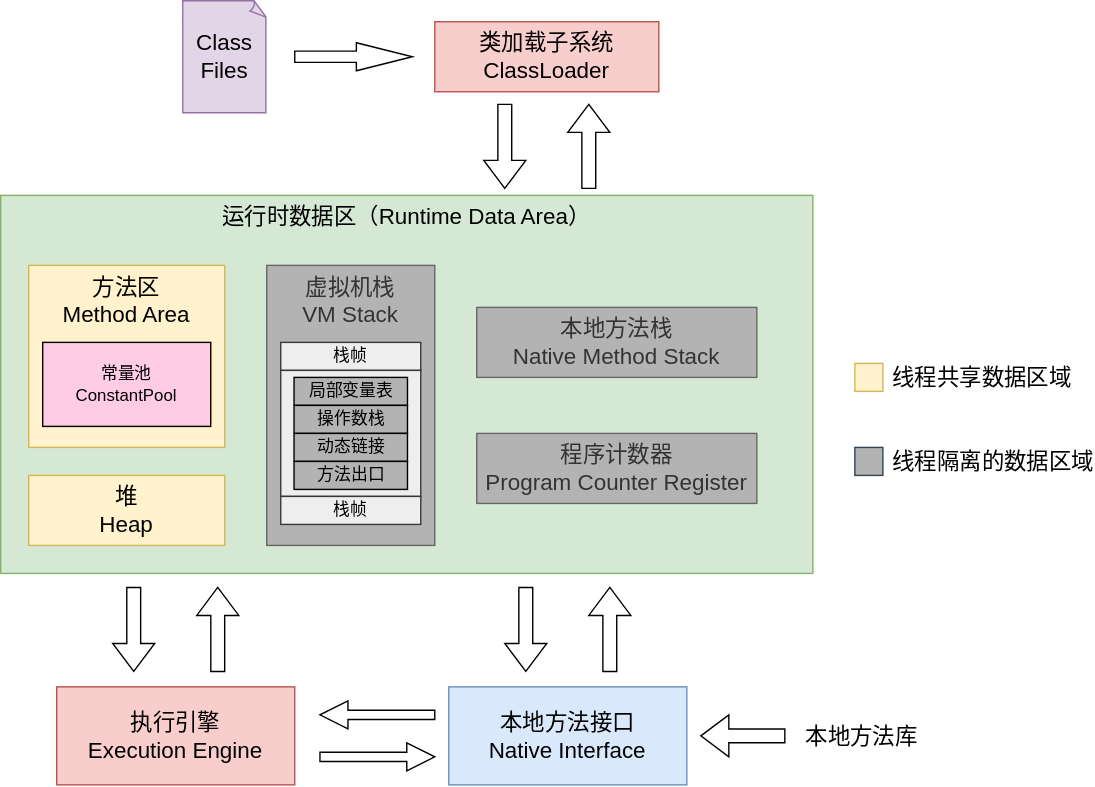
The draw.io diagram Java/JVM/JVM内存模型/JVM结构简图.drawio.svg in Developer-Tang/notes, before a commit. Source tidied: cells renumbered, new cells last; positions are measured from the earlier drawing's top-left corner, leaving out a move shared by most shapes.
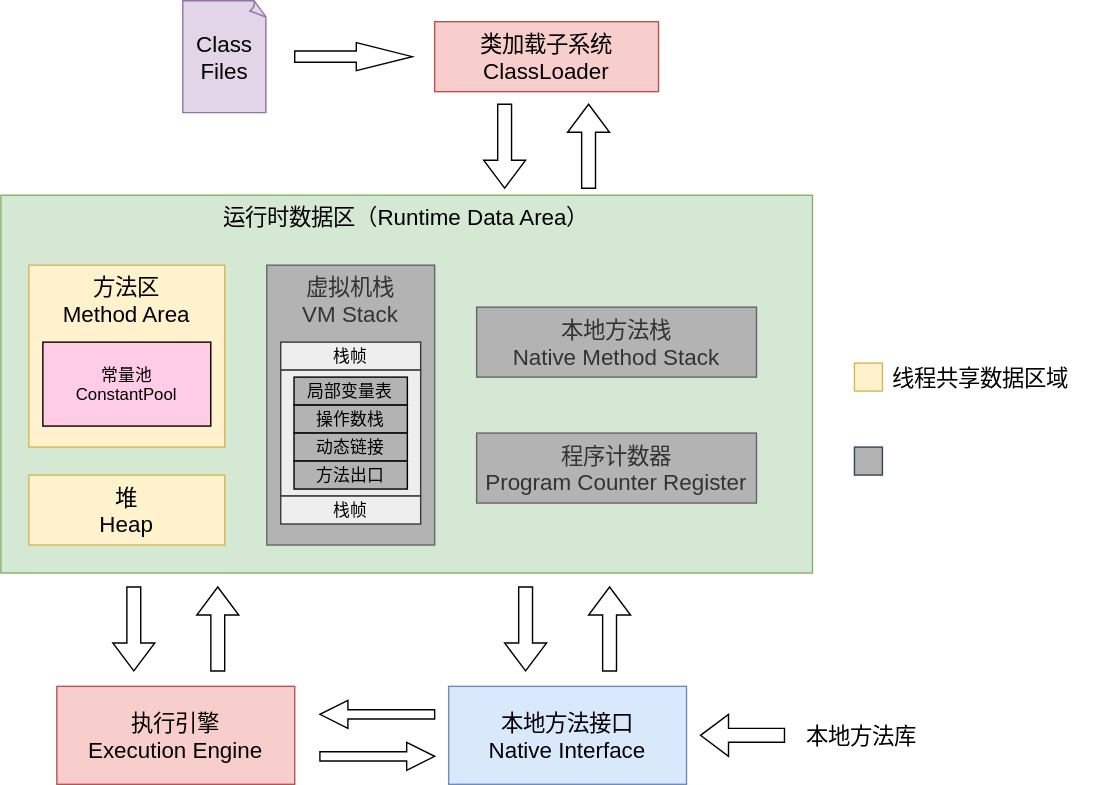
Above is the later version.

What changed in the source:
```diff
@@ -2,97 +2,97 @@
   <root>
     <mxCell id="0" />
     <mxCell id="1" parent="0" />
-    <mxCell id="2" value="类加载子系统&lt;br&gt;ClassLoader" style="whiteSpace=wrap;html=1;fontSize=16;fillColor=#f8cecc;strokeColor=#b85450;" parent="1" vertex="1">
+    <mxCell id="2" value="类加载子系统&#10;ClassLoader" style="fontSize=16;fillColor=#f8cecc;strokeColor=#b85450;" parent="1" vertex="1">
       <mxGeometry x="310" y="15" width="160" height="50" as="geometry" />
     </mxCell>
-    <mxCell id="3" style="html=1;shadow=0;dashed=0;align=center;verticalAlign=middle;shape=mxgraph.arrows2.arrow;dy=0.6;dx=40;notch=0;fontSize=16;" parent="1" vertex="1">
+    <mxCell id="3" style="shadow=0;dashed=0;align=center;verticalAlign=middle;shape=mxgraph.arrows2.arrow;dy=0.6;dx=40;notch=0;fontSize=16;" parent="1" vertex="1">
       <mxGeometry x="210" y="30" width="84" height="20" as="geometry" />
     </mxCell>
-    <mxCell id="4" value="运行时数据区（Runtime Data Area）" style="whiteSpace=wrap;html=1;fontSize=16;labelPosition=center;verticalLabelPosition=top;align=center;verticalAlign=bottom;spacingBottom=-27;fillColor=#d5e8d4;strokeColor=#82b366;" parent="1" vertex="1">
+    <mxCell id="4" value="运行时数据区（Runtime Data Area）" style="fontSize=16;labelPosition=center;verticalLabelPosition=top;align=center;verticalAlign=bottom;spacingBottom=-27;fillColor=#d5e8d4;strokeColor=#82b366;" parent="1" vertex="1">
       <mxGeometry y="139" width="580" height="270" as="geometry" />
     </mxCell>
-    <mxCell id="5" value="方法区&lt;br&gt;Method Area" style="whiteSpace=wrap;html=1;fontSize=16;fillColor=#fff2cc;strokeColor=#d6b656;verticalAlign=top;" parent="1" vertex="1">
+    <mxCell id="5" value="方法区&#10;Method Area" style="fontSize=16;fillColor=#fff2cc;strokeColor=#d6b656;verticalAlign=top;" parent="1" vertex="1">
       <mxGeometry x="20" y="189" width="140" height="130" as="geometry" />
     </mxCell>
-    <mxCell id="6" value="堆&lt;br&gt;Heap" style="whiteSpace=wrap;html=1;fontSize=16;fillColor=#fff2cc;strokeColor=#d6b656;" parent="1" vertex="1">
+    <mxCell id="6" value="堆&#10;Heap" style="fontSize=16;fillColor=#fff2cc;strokeColor=#d6b656;" parent="1" vertex="1">
       <mxGeometry x="20" y="339" width="140" height="50" as="geometry" />
     </mxCell>
-    <mxCell id="7" value="虚拟机栈&lt;br&gt;VM Stack" style="whiteSpace=wrap;html=1;fontSize=16;fillColor=#B3B3B3;strokeColor=#666666;fontColor=#333333;verticalAlign=top;" parent="1" vertex="1">
+    <mxCell id="7" value="虚拟机栈&#10;VM Stack" style="fontSize=16;fillColor=#B3B3B3;strokeColor=#666666;fontColor=#333333;verticalAlign=top;" parent="1" vertex="1">
       <mxGeometry x="190" y="189" width="120" height="200" as="geometry" />
     </mxCell>
-    <mxCell id="8" value="本地方法栈&lt;br&gt;Native Method Stack" style="whiteSpace=wrap;html=1;fontSize=16;fillColor=#B3B3B3;strokeColor=#666666;fontColor=#333333;" parent="1" vertex="1">
+    <mxCell id="8" value="本地方法栈&#10;Native Method Stack" style="fontSize=16;fillColor=#B3B3B3;strokeColor=#666666;fontColor=#333333;" parent="1" vertex="1">
       <mxGeometry x="340" y="219" width="200" height="50" as="geometry" />
     </mxCell>
-    <mxCell id="9" value="程序计数器&lt;br&gt;Program Counter Register" style="whiteSpace=wrap;html=1;fontSize=16;fillColor=#B3B3B3;strokeColor=#666666;fontColor=#333333;" parent="1" vertex="1">
+    <mxCell id="9" value="程序计数器&#10;Program Counter Register" style="fontSize=16;fillColor=#B3B3B3;strokeColor=#666666;fontColor=#333333;" parent="1" vertex="1">
       <mxGeometry x="340" y="309" width="200" height="50" as="geometry" />
     </mxCell>
-    <mxCell id="10" style="html=1;shadow=0;dashed=0;align=center;verticalAlign=middle;shape=mxgraph.arrows2.arrow;dy=0.67;dx=20;notch=0;fontSize=16;rotation=90;" parent="1" vertex="1">
+    <mxCell id="10" style="shadow=0;dashed=0;align=center;verticalAlign=middle;shape=mxgraph.arrows2.arrow;dy=0.67;dx=20;notch=0;fontSize=16;rotation=90;" parent="1" vertex="1">
       <mxGeometry x="65" y="434" width="60" height="30" as="geometry" />
     </mxCell>
-    <mxCell id="11" style="html=1;shadow=0;dashed=0;align=center;verticalAlign=middle;shape=mxgraph.arrows2.arrow;dy=0.67;dx=20;notch=0;fontSize=16;rotation=-90;" parent="1" vertex="1">
+    <mxCell id="11" style="shadow=0;dashed=0;align=center;verticalAlign=middle;shape=mxgraph.arrows2.arrow;dy=0.67;dx=20;notch=0;fontSize=16;rotation=-90;" parent="1" vertex="1">
       <mxGeometry x="125" y="434" width="60" height="30" as="geometry" />
     </mxCell>
-    <mxCell id="12" value="执行引擎&lt;br&gt;Execution Engine" style="whiteSpace=wrap;html=1;fontSize=16;fillColor=#f8cecc;strokeColor=#b85450;" parent="1" vertex="1">
+    <mxCell id="12" value="执行引擎&#10;Execution Engine" style="fontSize=16;fillColor=#f8cecc;strokeColor=#b85450;" parent="1" vertex="1">
       <mxGeometry x="40" y="490" width="170" height="70" as="geometry" />
     </mxCell>
-    <mxCell id="13" value="本地方法接口&lt;br&gt;Native Interface" style="whiteSpace=wrap;html=1;fontSize=16;fillColor=#dae8fc;strokeColor=#6c8ebf;" parent="1" vertex="1">
+    <mxCell id="13" value="本地方法接口&#10;Native Interface" style="fontSize=16;fillColor=#dae8fc;strokeColor=#6c8ebf;" parent="1" vertex="1">
       <mxGeometry x="320" y="490" width="170" height="70" as="geometry" />
     </mxCell>
-    <mxCell id="14" style="html=1;shadow=0;dashed=0;align=center;verticalAlign=middle;shape=mxgraph.arrows2.arrow;dy=0.67;dx=20;notch=0;fontSize=16;rotation=90;" parent="1" vertex="1">
+    <mxCell id="14" style="shadow=0;dashed=0;align=center;verticalAlign=middle;shape=mxgraph.arrows2.arrow;dy=0.67;dx=20;notch=0;fontSize=16;rotation=90;" parent="1" vertex="1">
       <mxGeometry x="345" y="434" width="60" height="30" as="geometry" />
     </mxCell>
-    <mxCell id="15" style="html=1;shadow=0;dashed=0;align=center;verticalAlign=middle;shape=mxgraph.arrows2.arrow;dy=0.67;dx=20;notch=0;fontSize=16;rotation=-90;" parent="1" vertex="1">
+    <mxCell id="15" style="shadow=0;dashed=0;align=center;verticalAlign=middle;shape=mxgraph.arrows2.arrow;dy=0.67;dx=20;notch=0;fontSize=16;rotation=-90;" parent="1" vertex="1">
       <mxGeometry x="405" y="434" width="60" height="30" as="geometry" />
     </mxCell>
-    <mxCell id="16" style="html=1;shadow=0;dashed=0;align=center;verticalAlign=middle;shape=mxgraph.arrows2.arrow;dy=0.67;dx=20;notch=0;fontSize=16;rotation=-180;" parent="1" vertex="1">
+    <mxCell id="16" style="shadow=0;dashed=0;align=center;verticalAlign=middle;shape=mxgraph.arrows2.arrow;dy=0.67;dx=20;notch=0;fontSize=16;rotation=-180;" parent="1" vertex="1">
       <mxGeometry x="228" y="500" width="82" height="20" as="geometry" />
     </mxCell>
-    <mxCell id="17" style="html=1;shadow=0;dashed=0;align=center;verticalAlign=middle;shape=mxgraph.arrows2.arrow;dy=0.67;dx=20;notch=0;fontSize=16;rotation=0;" parent="1" vertex="1">
+    <mxCell id="17" style="shadow=0;dashed=0;align=center;verticalAlign=middle;shape=mxgraph.arrows2.arrow;dy=0.67;dx=20;notch=0;fontSize=16;rotation=0;" parent="1" vertex="1">
       <mxGeometry x="228" y="530" width="82" height="20" as="geometry" />
     </mxCell>
-    <mxCell id="18" style="html=1;shadow=0;dashed=0;align=center;verticalAlign=middle;shape=mxgraph.arrows2.arrow;dy=0.67;dx=20;notch=0;fontSize=16;rotation=-180;" parent="1" vertex="1">
+    <mxCell id="18" style="shadow=0;dashed=0;align=center;verticalAlign=middle;shape=mxgraph.arrows2.arrow;dy=0.67;dx=20;notch=0;fontSize=16;rotation=-180;" parent="1" vertex="1">
       <mxGeometry x="500" y="510" width="60" height="30" as="geometry" />
     </mxCell>
-    <mxCell id="19" style="html=1;shadow=0;dashed=0;align=center;verticalAlign=middle;shape=mxgraph.arrows2.arrow;dy=0.67;dx=20;notch=0;fontSize=16;rotation=90;" parent="1" vertex="1">
+    <mxCell id="19" style="shadow=0;dashed=0;align=center;verticalAlign=middle;shape=mxgraph.arrows2.arrow;dy=0.67;dx=20;notch=0;fontSize=16;rotation=90;" parent="1" vertex="1">
       <mxGeometry x="330" y="89" width="60" height="30" as="geometry" />
     </mxCell>
-    <mxCell id="20" style="html=1;shadow=0;dashed=0;align=center;verticalAlign=middle;shape=mxgraph.arrows2.arrow;dy=0.67;dx=20;notch=0;fontSize=16;rotation=-90;" parent="1" vertex="1">
+    <mxCell id="20" style="shadow=0;dashed=0;align=center;verticalAlign=middle;shape=mxgraph.arrows2.arrow;dy=0.67;dx=20;notch=0;fontSize=16;rotation=-90;" parent="1" vertex="1">
       <mxGeometry x="390" y="89" width="60" height="30" as="geometry" />
     </mxCell>
-    <mxCell id="21" value="本地方法库" style="text;html=1;strokeColor=none;fillColor=none;align=center;verticalAlign=middle;whiteSpace=wrap;fontSize=16;" parent="1" vertex="1">
+    <mxCell id="21" value="本地方法库" style="text;strokeColor=none;fillColor=none;align=center;verticalAlign=middle;fontSize=16;" parent="1" vertex="1">
       <mxGeometry x="570" y="505" width="90" height="40" as="geometry" />
     </mxCell>
-    <mxCell id="22" value="Class Files" style="whiteSpace=wrap;html=1;shape=mxgraph.basic.document;fillColor=#e1d5e7;strokeColor=#9673a6;labelPosition=center;verticalLabelPosition=middle;align=center;verticalAlign=middle;fontSize=16;" parent="1" vertex="1">
+    <mxCell id="22" value="Class&#10;Files" style="shape=mxgraph.basic.document;fillColor=#e1d5e7;strokeColor=#9673a6;labelPosition=center;verticalLabelPosition=middle;align=center;verticalAlign=middle;fontSize=16;" parent="1" vertex="1">
       <mxGeometry x="130" width="60" height="80" as="geometry" />
     </mxCell>
-    <mxCell id="23" value="常量池&lt;br&gt;ConstantPool" style="whiteSpace=wrap;html=1;verticalAlign=middle;fillColor=#FFCCE6;" parent="1" vertex="1">
+    <mxCell id="23" value="常量池&#10;ConstantPool" style="verticalAlign=middle;fillColor=#FFCCE6;" parent="1" vertex="1">
       <mxGeometry x="30" y="244" width="120" height="60" as="geometry" />
     </mxCell>
-    <mxCell id="24" value="线程共享数据区域" style="html=1;fontSize=16;fillColor=#fff2cc;strokeColor=#d6b656;align=left;horizontal=1;labelPosition=right;verticalLabelPosition=middle;verticalAlign=middle;spacingRight=0;spacingLeft=5;" parent="1" vertex="1">
+    <mxCell id="24" value="线程共享数据区域" style="fontSize=16;fillColor=#fff2cc;strokeColor=#d6b656;align=left;horizontal=1;labelPosition=right;verticalLabelPosition=middle;verticalAlign=middle;spacingRight=0;spacingLeft=5;" parent="1" vertex="1">
       <mxGeometry x="610" y="259" width="20" height="20" as="geometry" />
     </mxCell>
-    <mxCell id="25" value="&lt;span style=&quot;color: rgb(0 , 0 , 0)&quot;&gt;线程隔离的数据区域&lt;/span&gt;" style="html=1;fontSize=16;fillColor=#B3B3B3;strokeColor=#314354;align=left;horizontal=1;labelPosition=right;verticalLabelPosition=middle;verticalAlign=middle;spacingRight=0;spacingLeft=5;fontColor=#ffffff;" parent="1" vertex="1">
+    <mxCell id="25" value="线程隔离的数据区域" style="fontSize=16;fillColor=#B3B3B3;strokeColor=#314354;align=left;horizontal=1;labelPosition=right;verticalLabelPosition=middle;verticalAlign=middle;spacingRight=0;spacingLeft=5;fontColor=#ffffff;" parent="1" vertex="1">
       <mxGeometry x="610" y="319" width="20" height="20" as="geometry" />
     </mxCell>
-    <mxCell id="26" value="栈帧" style="whiteSpace=wrap;html=1;fillColor=#eeeeee;align=center;verticalAlign=middle;strokeColor=#36393d;" parent="1" vertex="1">
+    <mxCell id="26" value="栈帧" style="fillColor=#eeeeee;align=center;verticalAlign=middle;strokeColor=#36393d;" parent="1" vertex="1">
       <mxGeometry x="200" y="244" width="100" height="20" as="geometry" />
     </mxCell>
-    <mxCell id="27" style="whiteSpace=wrap;html=1;fillColor=#eeeeee;align=center;verticalAlign=top;strokeColor=#36393d;" parent="1" vertex="1">
+    <mxCell id="27" style="fillColor=#eeeeee;align=center;verticalAlign=top;strokeColor=#36393d;" parent="1" vertex="1">
       <mxGeometry x="200" y="264" width="100" height="90" as="geometry" />
     </mxCell>
-    <mxCell id="28" value="栈帧" style="whiteSpace=wrap;html=1;fillColor=#eeeeee;align=center;verticalAlign=middle;strokeColor=#36393d;" parent="1" vertex="1">
+    <mxCell id="28" value="栈帧" style="fillColor=#eeeeee;align=center;verticalAlign=middle;strokeColor=#36393d;" parent="1" vertex="1">
       <mxGeometry x="200" y="354" width="100" height="20" as="geometry" />
     </mxCell>
-    <mxCell id="29" value="局部变量表" style="whiteSpace=wrap;html=1;fillColor=#B3B3B3;gradientColor=none;align=center;verticalAlign=middle;imageHeight=14;" parent="1" vertex="1">
+    <mxCell id="29" value="局部变量表" style="fillColor=#B3B3B3;gradientColor=none;align=center;verticalAlign=middle;imageHeight=14;" parent="1" vertex="1">
       <mxGeometry x="209.5" y="269" width="81" height="20" as="geometry" />
     </mxCell>
-    <mxCell id="30" value="操作数栈" style="whiteSpace=wrap;html=1;fillColor=#B3B3B3;gradientColor=none;align=center;verticalAlign=middle;imageHeight=14;" parent="1" vertex="1">
+    <mxCell id="30" value="操作数栈" style="fillColor=#B3B3B3;gradientColor=none;align=center;verticalAlign=middle;imageHeight=14;" parent="1" vertex="1">
       <mxGeometry x="209.5" y="289" width="81" height="20" as="geometry" />
     </mxCell>
-    <mxCell id="31" value="动态链接" style="whiteSpace=wrap;html=1;fillColor=#B3B3B3;gradientColor=none;align=center;verticalAlign=middle;imageHeight=14;" parent="1" vertex="1">
+    <mxCell id="31" value="动态链接" style="fillColor=#B3B3B3;gradientColor=none;align=center;verticalAlign=middle;imageHeight=14;" parent="1" vertex="1">
       <mxGeometry x="209.5" y="309" width="81" height="20" as="geometry" />
     </mxCell>
-    <mxCell id="32" value="方法出口" style="whiteSpace=wrap;html=1;fillColor=#B3B3B3;gradientColor=none;align=center;verticalAlign=middle;imageHeight=14;" parent="1" vertex="1">
+    <mxCell id="32" value="方法出口" style="fillColor=#B3B3B3;gradientColor=none;align=center;verticalAlign=middle;imageHeight=14;" parent="1" vertex="1">
       <mxGeometry x="209.5" y="329" width="81" height="20" as="geometry" />
     </mxCell>
   </root>
```
